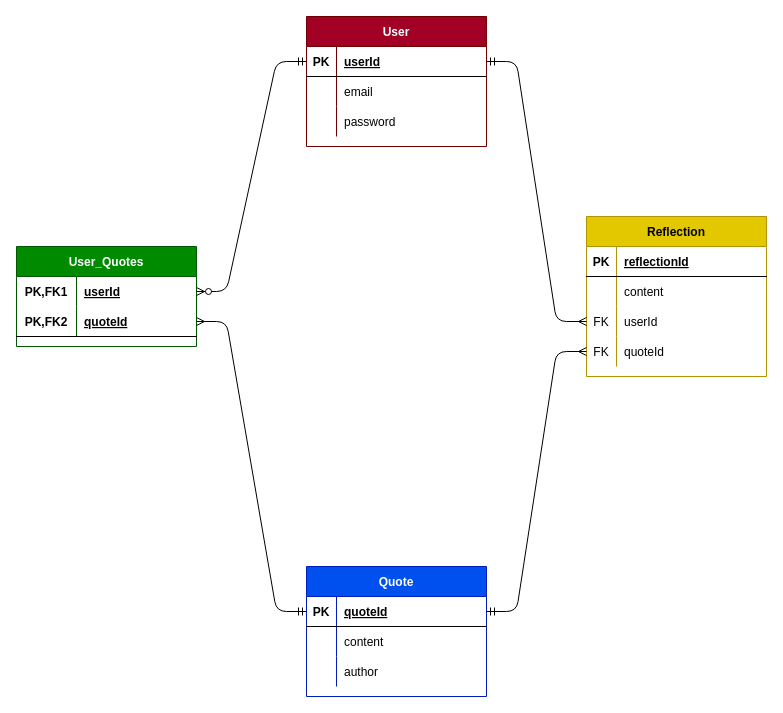
Above: ERD.drawio in syorn96/WordsNotFromBuddha (draw.io), before the change. Source tidied: cells renumbered, new cells numbered last; positions are measured from the earlier drawing's top-left corner, leaving out a move shared by most shapes. Both pictures are drawn from the tidied source at 100%, with x=0, y=0 at pixel (16, 16).
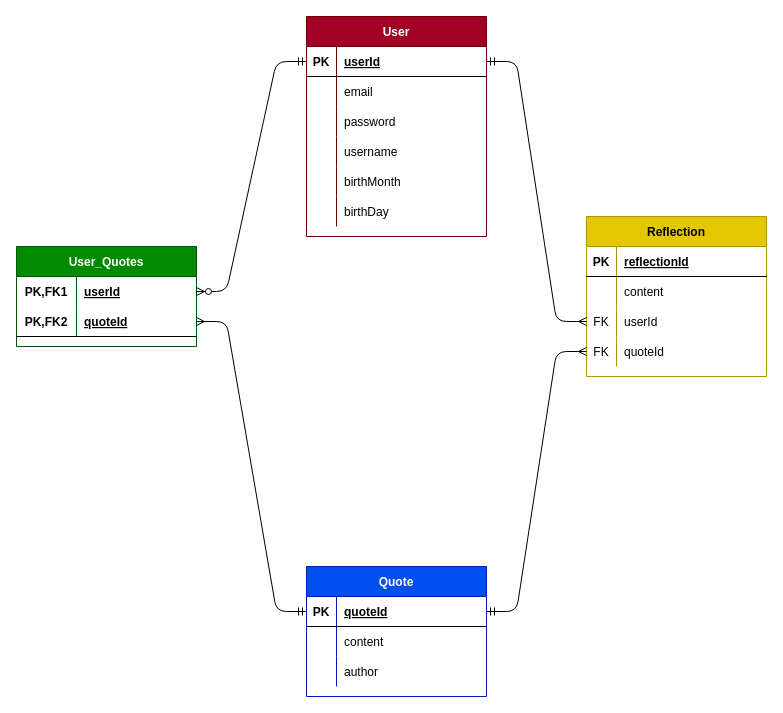
Above is the later version.

Change to the diagram source:
```diff
@@
     <mxCell id="2" value="User" style="shape=table;startSize=30;childLayout=tableLayout;rowLines=0;fontStyle=1;align=center;swimlaneFillColor=default;fillColor=#a20025;fontColor=#ffffff;strokeColor=#6F0000;" parent="1" vertex="1">
-      <mxGeometry x="290" width="180" height="130" as="geometry" />
+      <mxGeometry x="290" width="180" height="220" as="geometry" />
     </mxCell>
@@
+    <mxCell id="46" style="shape=partialRectangle;fillColor=none;top=0;left=0;bottom=0;right=0;" parent="2" vertex="1">
+      <mxGeometry y="120" width="180" height="30" as="geometry" />
+    </mxCell>
+    <mxCell id="47" style="shape=partialRectangle;fillColor=none;top=0;left=0;bottom=0;right=0;overflow=hidden;" parent="46" vertex="1">
+      <mxGeometry width="30" height="30" as="geometry" />
+    </mxCell>
+    <mxCell id="48" value="username" style="shape=partialRectangle;fillColor=none;top=0;left=0;bottom=0;right=0;align=left;spacingLeft=6;overflow=hidden;" parent="46" vertex="1">
+      <mxGeometry x="30" width="150" height="30" as="geometry" />
+    </mxCell>
+    <mxCell id="49" style="shape=partialRectangle;fillColor=none;top=0;left=0;bottom=0;right=0;" parent="2" vertex="1">
+      <mxGeometry y="150" width="180" height="30" as="geometry" />
+    </mxCell>
+    <mxCell id="50" style="shape=partialRectangle;fillColor=none;top=0;left=0;bottom=0;right=0;overflow=hidden;" parent="49" vertex="1">
+      <mxGeometry width="30" height="30" as="geometry" />
+    </mxCell>
+    <mxCell id="51" value="birthMonth" style="shape=partialRectangle;fillColor=none;top=0;left=0;bottom=0;right=0;align=left;spacingLeft=6;overflow=hidden;" parent="49" vertex="1">
+      <mxGeometry x="30" width="150" height="30" as="geometry" />
+    </mxCell>
+    <mxCell id="52" style="shape=partialRectangle;fillColor=none;top=0;left=0;bottom=0;right=0;" parent="2" vertex="1">
+      <mxGeometry y="180" width="180" height="30" as="geometry" />
+    </mxCell>
+    <mxCell id="53" style="shape=partialRectangle;fillColor=none;top=0;left=0;bottom=0;right=0;overflow=hidden;" parent="52" vertex="1">
+      <mxGeometry width="30" height="30" as="geometry" />
+    </mxCell>
+    <mxCell id="54" value="birthDay" style="shape=partialRectangle;fillColor=none;top=0;left=0;bottom=0;right=0;align=left;spacingLeft=6;overflow=hidden;" parent="52" vertex="1">
+      <mxGeometry x="30" width="150" height="30" as="geometry" />
+    </mxCell>
```
